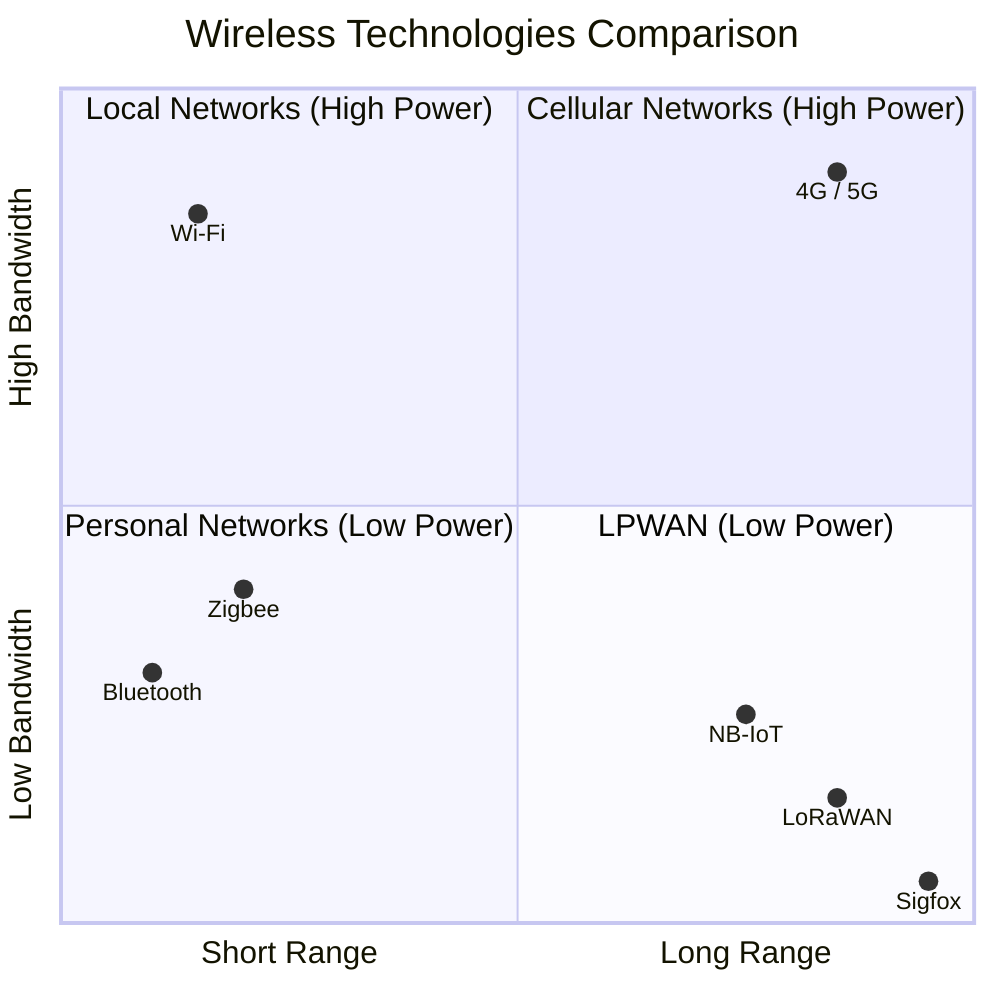
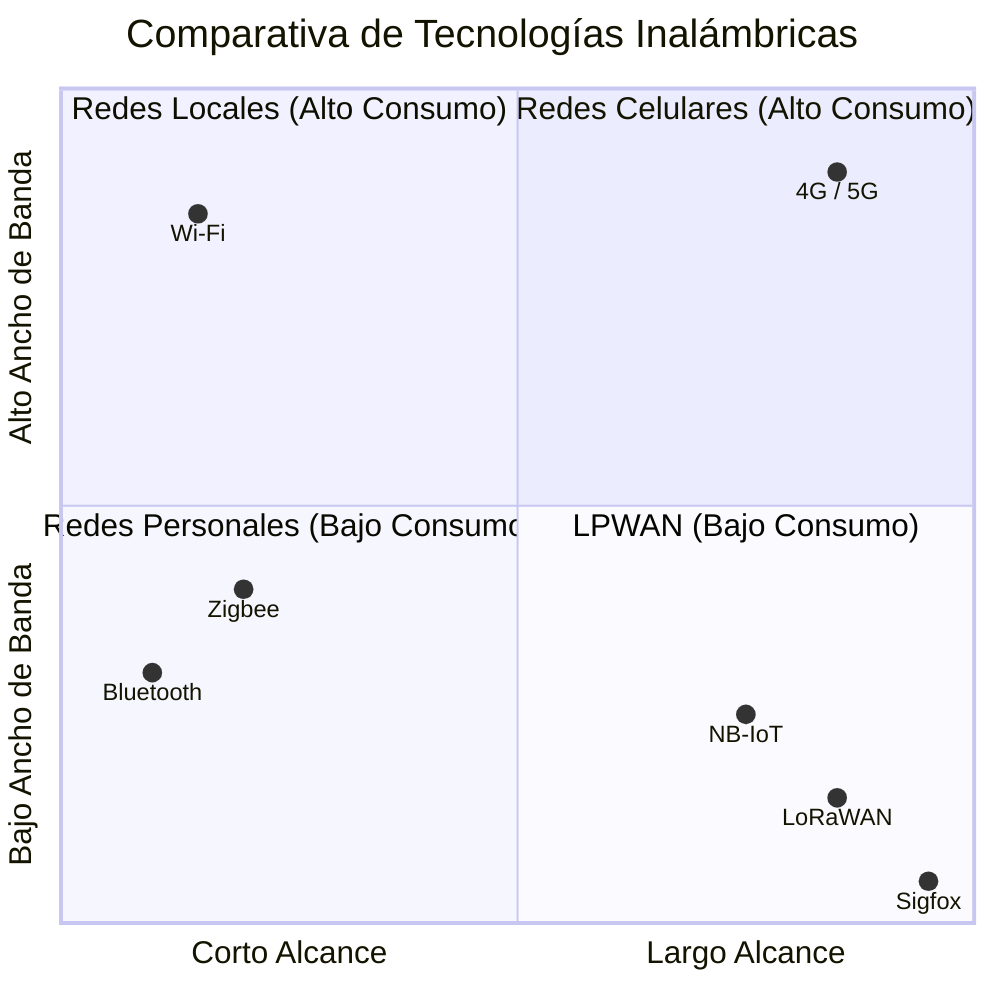
quadrantChart
-     title Wireless Technologies Comparison
-     x-axis "Short Range" --> "Long Range"
-     y-axis "Low Bandwidth" --> "High Bandwidth"
-     quadrant-1 "Cellular Networks (High Power)"
-     quadrant-2 "Local Networks (High Power)"
-     quadrant-3 "Personal Networks (Low Power)"
-     quadrant-4 "LPWAN (Low Power)"
+     title Comparativa de Tecnologías Inalámbricas
+     x-axis "Corto Alcance" --> "Largo Alcance"
+     y-axis "Bajo Ancho de Banda" --> "Alto Ancho de Banda"
+     quadrant-1 "Redes Celulares (Alto Consumo)"
+     quadrant-2 "Redes Locales (Alto Consumo)"
+     quadrant-3 "Redes Personales (Bajo Consumo)"
+     quadrant-4 "LPWAN (Bajo Consumo)"
    Wi-Fi: [0.15, 0.85]
    Bluetooth: [0.1, 0.3]
    Zigbee: [0.2, 0.4]
    4G / 5G: [0.85, 0.9]
    LoRaWAN: [0.85, 0.15]
    Sigfox: [0.95, 0.05]
    NB-IoT: [0.75, 0.25]
